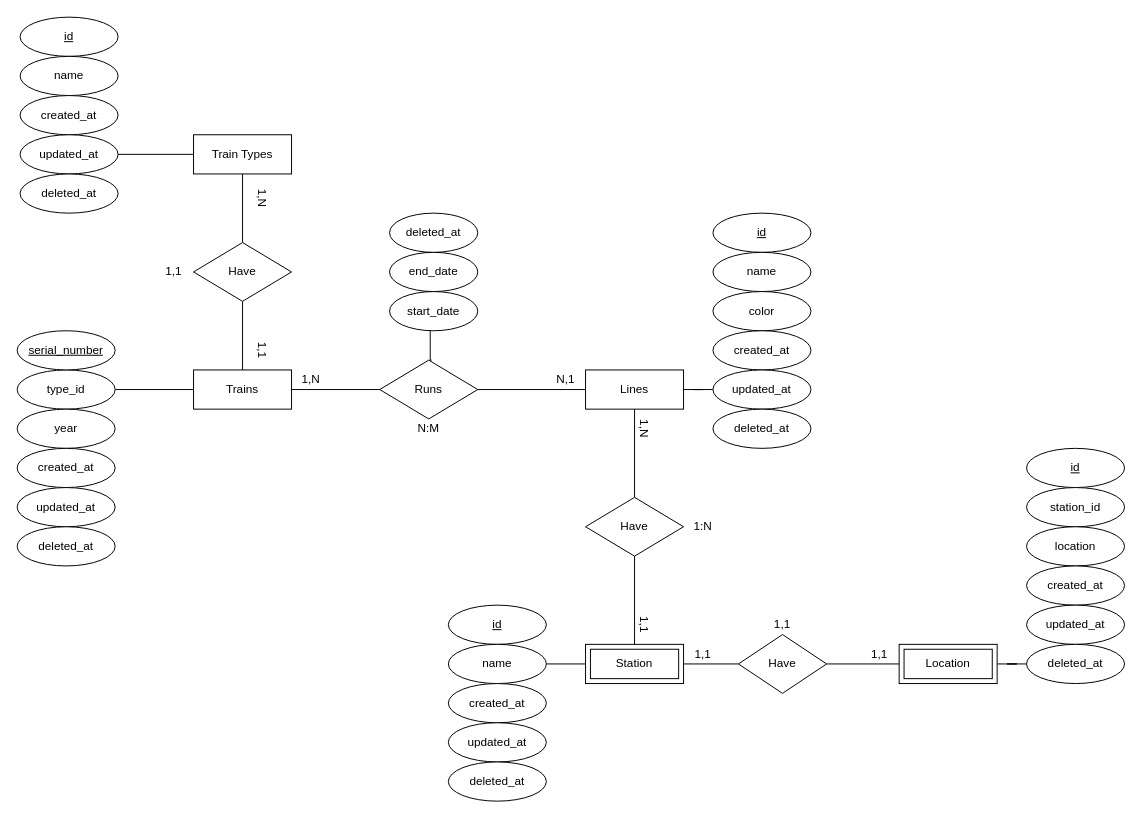
Earlier version of the draw.io diagram docs/draw-io/diagrama-conceptual.drawio (JuanGomez31/metro-mariadb). Source tidied: cells renumbered, new cells numbered last; positions are measured from the earlier drawing's top-left corner, leaving out a move shared by most shapes. Both pictures are drawn from the tidied source at 98%, with x=0, y=0 at pixel (17, 17).
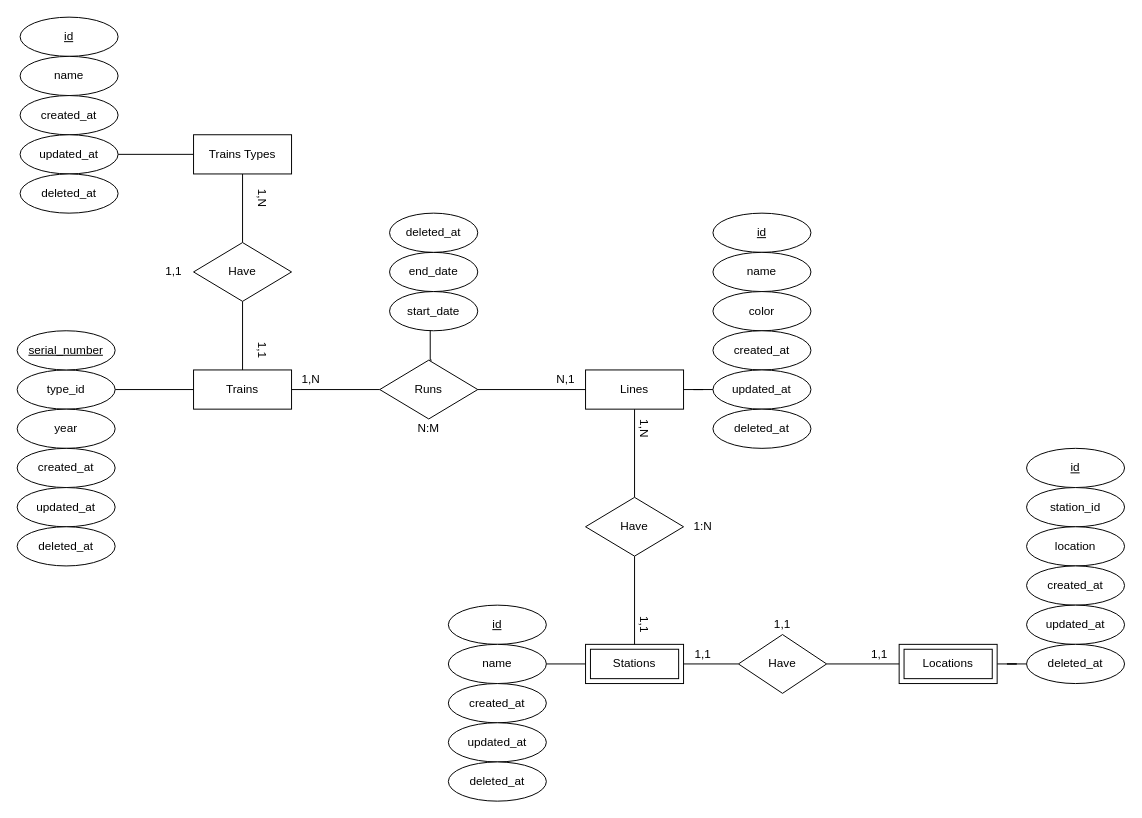
The same page after the edit.

Commit message (it also covers changes not shown here):
Corregido erratas en el diagrama y quitado proyecto de diagrama fisico hasta que este acabado ya que fue subido por error

What changed in the source:
```diff
@@
-    <mxCell id="28" value="Station" style="shape=ext;margin=3;double=1;whiteSpace=wrap;html=1;align=center;" parent="1" vertex="1">
+    <mxCell id="28" value="Stations" style="shape=ext;margin=3;double=1;whiteSpace=wrap;html=1;align=center;" parent="1" vertex="1">
       <mxGeometry x="580" y="640" width="100" height="40" as="geometry" />
     </mxCell>
@@
-    <mxCell id="31" value="Location" style="shape=ext;margin=3;double=1;whiteSpace=wrap;html=1;align=center;" parent="1" vertex="1">
+    <mxCell id="31" value="Locations" style="shape=ext;margin=3;double=1;whiteSpace=wrap;html=1;align=center;" parent="1" vertex="1">
       <mxGeometry x="900" y="640" width="100" height="40" as="geometry" />
     </mxCell>
@@
-    <mxCell id="57" value="Train Types" style="whiteSpace=wrap;html=1;align=center;" parent="1" vertex="1">
+    <mxCell id="57" value="Trains Types" style="whiteSpace=wrap;html=1;align=center;" parent="1" vertex="1">
       <mxGeometry x="180" y="120" width="100" height="40" as="geometry" />
     </mxCell>
```
